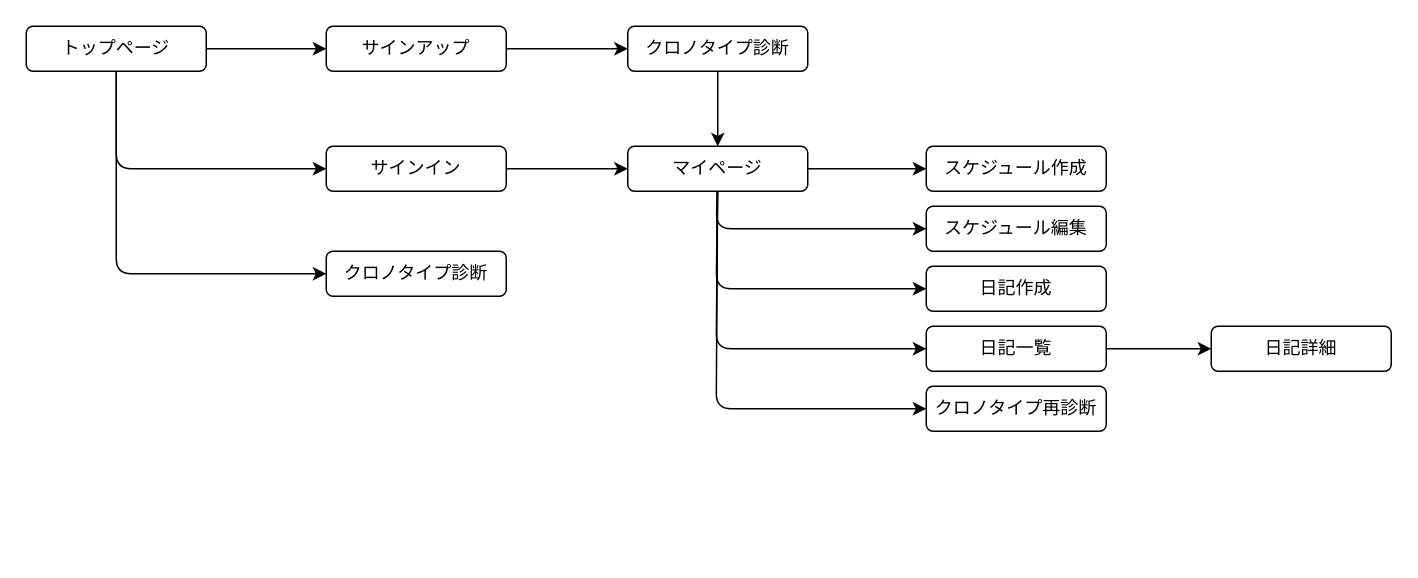
Before: screen_transit.dio in tjmax76/suprethm, a draw.io diagram. Source tidied: cells renumbered, new cells numbered last; positions are measured from the earlier drawing's top-left corner, leaving out a move shared by most shapes. Both pictures are drawn from the tidied source at 150%, with x=0, y=0 at pixel (26, 26).
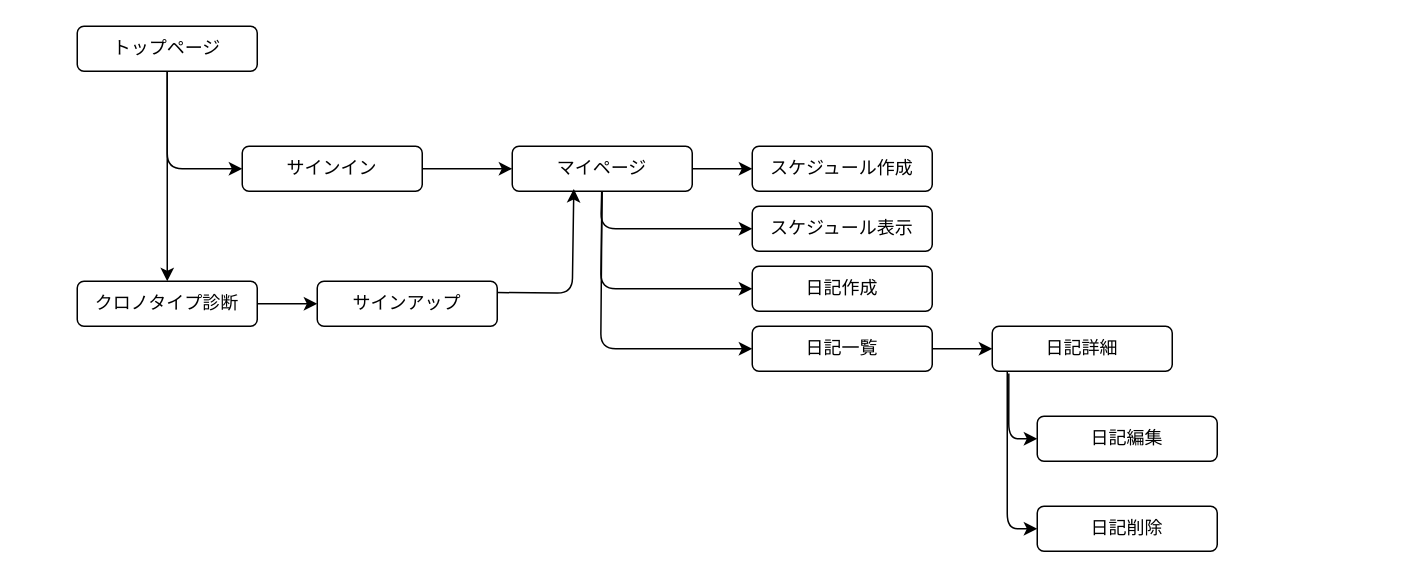
The same page after the edit.

Change to the diagram source:
```diff
@@
-    <mxCell id="2" style="edgeStyle=none;html=1;" parent="1" edge="1" source="5" target="7">
-      <mxGeometry relative="1" as="geometry" />
-    </mxCell>
     <mxCell id="3" style="edgeStyle=none;html=1;" parent="1" edge="1" source="5" target="9">
       <mxGeometry relative="1" as="geometry">
         <Array as="points">
-          <mxPoint x="60" y="55" />
-          <mxPoint x="60" y="95" />
+          <mxPoint x="94" y="55" />
+          <mxPoint x="94" y="95" />
         </Array>
       </mxGeometry>
     </mxCell>
-    <mxCell id="4" style="edgeStyle=none;html=1;" parent="1" edge="1" source="5" target="10">
+    <mxCell id="4" style="edgeStyle=none;html=1;startArrow=none;startFill=0;endArrow=classic;endFill=1;" parent="1" edge="1" source="5" target="10">
       <mxGeometry relative="1" as="geometry">
         <Array as="points">
-          <mxPoint x="60" y="95" />
-          <mxPoint x="60" y="165" />
+          <mxPoint x="94" y="95" />
+          <mxPoint x="94" y="165" />
         </Array>
       </mxGeometry>
     </mxCell>
     <mxCell id="5" value="トップページ" style="rounded=1;whiteSpace=wrap;html=1;" parent="1" vertex="1">
-      <mxGeometry width="120" height="30" as="geometry" />
+      <mxGeometry x="34" width="120" height="30" as="geometry" />
     </mxCell>
-    <mxCell id="6" style="edgeStyle=none;html=1;" parent="1" edge="1" source="7" target="12">
-      <mxGeometry relative="1" as="geometry" />
-    </mxCell>
-    <mxCell id="7" value="サインアップ" style="rounded=1;whiteSpace=wrap;html=1;" parent="1" vertex="1">
-      <mxGeometry x="200" width="120" height="30" as="geometry" />
-    </mxCell>
@@
     <mxCell id="9" value="サインイン" style="rounded=1;whiteSpace=wrap;html=1;" parent="1" vertex="1">
-      <mxGeometry x="200" y="80" width="120" height="30" as="geometry" />
+      <mxGeometry x="144" y="80" width="120" height="30" as="geometry" />
     </mxCell>
+    <mxCell id="26" style="edgeStyle=none;html=1;exitX=1;exitY=0.5;exitDx=0;exitDy=0;startArrow=none;startFill=0;endArrow=classic;endFill=1;" parent="1" edge="1" source="10" target="7">
+      <mxGeometry relative="1" as="geometry" />
+    </mxCell>
     <mxCell id="10" value="クロノタイプ診断" style="rounded=1;whiteSpace=wrap;html=1;" parent="1" vertex="1">
-      <mxGeometry x="200" y="150" width="120" height="30" as="geometry" />
+      <mxGeometry x="34" y="170" width="120" height="30" as="geometry" />
     </mxCell>
-    <mxCell id="11" style="edgeStyle=none;html=1;" parent="1" edge="1" source="12" target="17">
-      <mxGeometry relative="1" as="geometry" />
-    </mxCell>
-    <mxCell id="12" value="クロノタイプ診断" style="rounded=1;whiteSpace=wrap;html=1;" parent="1" vertex="1">
-      <mxGeometry x="401" width="120" height="30" as="geometry" />
-    </mxCell>
@@
     <mxCell id="14" style="edgeStyle=none;html=1;startArrow=none;startFill=0;endArrow=classic;endFill=1;" parent="1" edge="1" source="17" target="21">
       <mxGeometry relative="1" as="geometry">
         <Array as="points">
-          <mxPoint x="460" y="175" />
+          <mxPoint x="383" y="175" />
         </Array>
       </mxGeometry>
     </mxCell>
     <mxCell id="15" style="edgeStyle=none;html=1;startArrow=none;startFill=0;endArrow=classic;endFill=1;" parent="1" edge="1" source="17" target="23">
       <mxGeometry relative="1" as="geometry">
         <Array as="points">
-          <mxPoint x="460" y="215" />
+          <mxPoint x="383" y="215" />
         </Array>
       </mxGeometry>
     </mxCell>
-    <mxCell id="16" style="edgeStyle=none;html=1;startArrow=none;startFill=0;endArrow=classic;endFill=1;" parent="1" edge="1" source="17" target="25">
-      <mxGeometry relative="1" as="geometry">
-        <Array as="points">
-          <mxPoint x="460" y="255" />
-        </Array>
-      </mxGeometry>
-    </mxCell>
     <mxCell id="17" value="マイページ" style="rounded=1;whiteSpace=wrap;html=1;" parent="1" vertex="1">
-      <mxGeometry x="401" y="80" width="120" height="30" as="geometry" />
+      <mxGeometry x="324" y="80" width="120" height="30" as="geometry" />
     </mxCell>
     <mxCell id="18" value="スケジュール作成" style="rounded=1;whiteSpace=wrap;html=1;" parent="1" vertex="1">
-      <mxGeometry x="600" y="80" width="120" height="30" as="geometry" />
+      <mxGeometry x="484" y="80" width="120" height="30" as="geometry" />
     </mxCell>
     <mxCell id="19" style="edgeStyle=none;html=1;endArrow=none;endFill=0;startArrow=classic;startFill=1;" parent="1" edge="1" source="20" target="17">
       <mxGeometry relative="1" as="geometry">
         <Array as="points">
-          <mxPoint x="460" y="135" />
+          <mxPoint x="383" y="135" />
         </Array>
       </mxGeometry>
     </mxCell>
-    <mxCell id="20" value="スケジュール編集" style="rounded=1;whiteSpace=wrap;html=1;" parent="1" vertex="1">
-      <mxGeometry x="600" y="120" width="120" height="30" as="geometry" />
+    <mxCell id="20" value="スケジュール表示" style="rounded=1;whiteSpace=wrap;html=1;" parent="1" vertex="1">
+      <mxGeometry x="484" y="120" width="120" height="30" as="geometry" />
     </mxCell>
     <mxCell id="21" value="日記作成" style="rounded=1;whiteSpace=wrap;html=1;" parent="1" vertex="1">
-      <mxGeometry x="600" y="160" width="120" height="30" as="geometry" />
+      <mxGeometry x="484" y="160" width="120" height="30" as="geometry" />
     </mxCell>
@@
     <mxCell id="23" value="日記一覧" style="rounded=1;whiteSpace=wrap;html=1;" parent="1" vertex="1">
-      <mxGeometry x="600" y="200" width="120" height="30" as="geometry" />
+      <mxGeometry x="484" y="200" width="120" height="30" as="geometry" />
     </mxCell>
     <mxCell id="24" value="日記詳細" style="rounded=1;whiteSpace=wrap;html=1;" parent="1" vertex="1">
-      <mxGeometry x="790" y="200" width="120" height="30" as="geometry" />
+      <mxGeometry x="644" y="200" width="120" height="30" as="geometry" />
     </mxCell>
-    <mxCell id="25" value="クロノタイプ再診断" style="rounded=1;whiteSpace=wrap;html=1;" parent="1" vertex="1">
-      <mxGeometry x="600" y="240" width="120" height="30" as="geometry" />
-    </mxCell>
+    <mxCell id="27" style="edgeStyle=none;html=1;exitX=1;exitY=0.25;exitDx=0;exitDy=0;entryX=0.342;entryY=0.95;entryDx=0;entryDy=0;entryPerimeter=0;startArrow=none;startFill=0;endArrow=classic;endFill=1;" parent="1" edge="1" source="7" target="17">
+      <mxGeometry relative="1" as="geometry">
+        <Array as="points">
+          <mxPoint x="364" y="178" />
+        </Array>
+      </mxGeometry>
+    </mxCell>
+    <mxCell id="7" value="サインアップ" style="rounded=1;whiteSpace=wrap;html=1;" parent="1" vertex="1">
+      <mxGeometry x="194" y="170" width="120" height="30" as="geometry" />
+    </mxCell>
+    <mxCell id="28" style="edgeStyle=none;html=1;exitX=0;exitY=0.5;exitDx=0;exitDy=0;entryX=0.092;entryY=1.05;entryDx=0;entryDy=0;entryPerimeter=0;startArrow=classic;startFill=1;endArrow=none;endFill=0;" parent="1" edge="1" source="29" target="24">
+      <mxGeometry relative="1" as="geometry">
+        <Array as="points">
+          <mxPoint x="655" y="275" />
+        </Array>
+      </mxGeometry>
+    </mxCell>
+    <mxCell id="29" value="日記編集" style="rounded=1;whiteSpace=wrap;html=1;" parent="1" vertex="1">
+      <mxGeometry x="674" y="260" width="120" height="30" as="geometry" />
+    </mxCell>
+    <mxCell id="30" style="edgeStyle=none;html=1;exitX=0;exitY=0.5;exitDx=0;exitDy=0;startArrow=classic;startFill=1;endArrow=none;endFill=0;" parent="1" edge="1" source="31">
+      <mxGeometry relative="1" as="geometry">
+        <mxPoint x="654" y="230" as="targetPoint" />
+        <Array as="points">
+          <mxPoint x="654" y="335" />
+        </Array>
+      </mxGeometry>
+    </mxCell>
+    <mxCell id="31" value="日記削除" style="rounded=1;whiteSpace=wrap;html=1;" parent="1" vertex="1">
+      <mxGeometry x="674" y="320" width="120" height="30" as="geometry" />
+    </mxCell>
```
